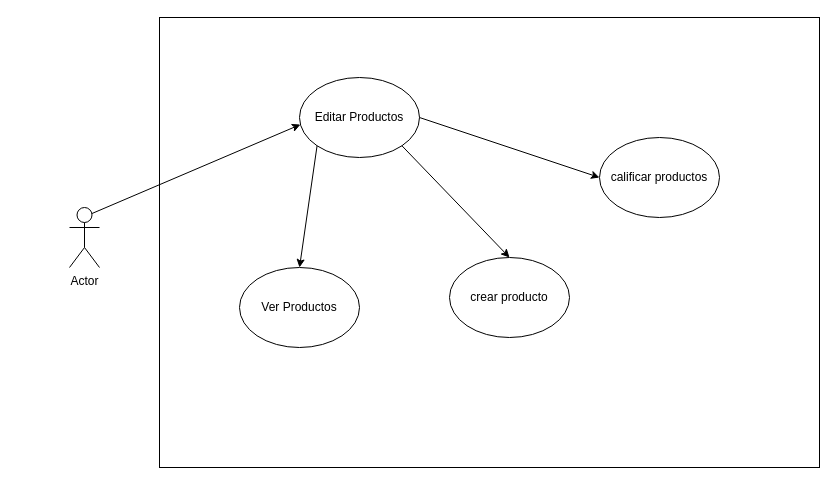
Above: Untitled Diagram.drawio in dahergonzalez/misiontic (draw.io), before the change. Source tidied: cells renumbered, new cells numbered last; positions are measured from the earlier drawing's top-left corner, leaving out a move shared by most shapes. Both pictures are drawn from the tidied source at 100%, with x=0, y=0 at pixel (69, 17).
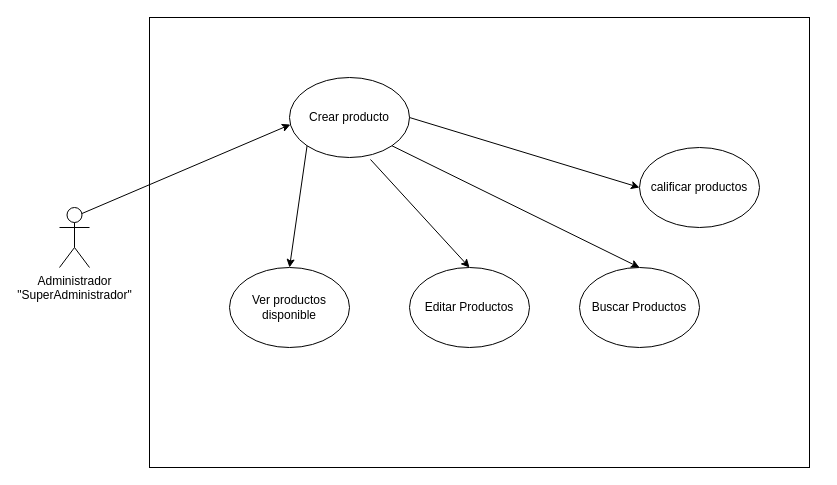
The same page after the edit.

Diff of the diagram source:
```diff
@@
 <mxGraphModel>
   <root>
     <mxCell id="0" />
     <mxCell id="1" parent="0" />
-    <mxCell id="2" value="Actor" style="shape=umlActor;verticalLabelPosition=bottom;verticalAlign=top;html=1;outlineConnect=0;" parent="1" vertex="1">
-      <mxGeometry y="190" width="30" height="60" as="geometry" />
-    </mxCell>
-    <mxCell id="3" style="rounded=0;whiteSpace=wrap;html=1;" parent="1" vertex="1">
-      <mxGeometry x="90" width="660" height="450" as="geometry" />
-    </mxCell>
+    <mxCell id="12" value="Administrador&lt;br&gt;&quot;SuperAdministrador&quot;" style="shape=umlActor;verticalLabelPosition=bottom;verticalAlign=top;html=1;outlineConnect=0;" parent="1" vertex="1">
+      <mxGeometry x="-10" y="190" width="30" height="60" as="geometry" />
+    </mxCell>
+    <mxCell id="13" style="rounded=0;whiteSpace=wrap;html=1;" parent="1" vertex="1">
+      <mxGeometry x="80" width="660" height="450" as="geometry" />
+    </mxCell>
+    <mxCell id="14" value="Crear producto" style="ellipse;whiteSpace=wrap;html=1;" parent="1" vertex="1">
+      <mxGeometry x="220" y="60" width="120" height="80" as="geometry" />
+    </mxCell>
+    <mxCell id="15" value="Ver productos disponible" style="ellipse;whiteSpace=wrap;html=1;" parent="1" vertex="1">
+      <mxGeometry x="160" y="250" width="120" height="80" as="geometry" />
+    </mxCell>
-    <mxCell id="4" value="Editar Productos&lt;br&gt;" style="ellipse;whiteSpace=wrap;html=1;" parent="1" vertex="1">
-      <mxGeometry x="230" y="60" width="120" height="80" as="geometry" />
+    <mxCell id="4" value="Editar Productos" style="ellipse;whiteSpace=wrap;html=1;" parent="1" vertex="1">
+      <mxGeometry x="340" y="250" width="120" height="80" as="geometry" />
     </mxCell>
-    <mxCell id="5" value="Ver Productos" style="ellipse;whiteSpace=wrap;html=1;" parent="1" vertex="1">
-      <mxGeometry x="170" y="250" width="120" height="80" as="geometry" />
-    </mxCell>
-    <mxCell id="6" value="crear producto" style="ellipse;whiteSpace=wrap;html=1;" parent="1" vertex="1">
-      <mxGeometry x="380" y="240" width="120" height="80" as="geometry" />
-    </mxCell>
+    <mxCell id="16" value="Buscar Productos" style="ellipse;whiteSpace=wrap;html=1;" parent="1" vertex="1">
+      <mxGeometry x="510" y="250" width="120" height="80" as="geometry" />
+    </mxCell>
     <mxCell id="7" value="calificar productos" style="ellipse;whiteSpace=wrap;html=1;" parent="1" vertex="1">
-      <mxGeometry x="530" y="120" width="120" height="80" as="geometry" />
+      <mxGeometry x="570" y="130" width="120" height="80" as="geometry" />
     </mxCell>
-    <mxCell id="8" style="endArrow=classic;html=1;exitX=1;exitY=1;exitDx=0;exitDy=0;entryX=0.5;entryY=0;entryDx=0;entryDy=0;" parent="1" edge="1" source="4" target="6">
-      <mxGeometry relative="1" as="geometry" />
-    </mxCell>
-    <mxCell id="9" style="endArrow=classic;html=1;exitX=1;exitY=0.5;exitDx=0;exitDy=0;entryX=0;entryY=0.5;entryDx=0;entryDy=0;" parent="1" edge="1" source="4" target="7">
-      <mxGeometry relative="1" as="geometry" />
-    </mxCell>
-    <mxCell id="10" style="endArrow=classic;html=1;exitX=0;exitY=1;exitDx=0;exitDy=0;" parent="1" edge="1" source="4">
-      <mxGeometry relative="1" as="geometry">
-        <mxPoint x="230" y="250" as="targetPoint" />
-      </mxGeometry>
-    </mxCell>
-    <mxCell id="11" style="endArrow=classic;html=1;exitX=0.75;exitY=0.1;exitDx=0;exitDy=0;exitPerimeter=0;entryX=0.008;entryY=0.588;entryDx=0;entryDy=0;entryPerimeter=0;" parent="1" edge="1" source="2" target="4">
-      <mxGeometry relative="1" as="geometry" />
-    </mxCell>
+    <mxCell id="17" style="endArrow=classic;html=1;exitX=1;exitY=1;exitDx=0;exitDy=0;entryX=0.5;entryY=0;entryDx=0;entryDy=0;" parent="1" edge="1" source="14" target="16">
+      <mxGeometry relative="1" as="geometry" />
+    </mxCell>
+    <mxCell id="18" style="endArrow=classic;html=1;exitX=1;exitY=0.5;exitDx=0;exitDy=0;entryX=0;entryY=0.5;entryDx=0;entryDy=0;" parent="1" edge="1" source="14" target="7">
+      <mxGeometry relative="1" as="geometry" />
+    </mxCell>
+    <mxCell id="19" style="endArrow=classic;html=1;exitX=0.675;exitY=1.025;exitDx=0;exitDy=0;exitPerimeter=0;entryX=0.5;entryY=0;entryDx=0;entryDy=0;" parent="1" edge="1" source="14" target="4">
+      <mxGeometry relative="1" as="geometry" />
+    </mxCell>
+    <mxCell id="20" style="endArrow=classic;html=1;exitX=0;exitY=1;exitDx=0;exitDy=0;" parent="1" edge="1" source="14">
+      <mxGeometry relative="1" as="geometry">
+        <mxPoint x="220" y="250" as="targetPoint" />
+      </mxGeometry>
+    </mxCell>
+    <mxCell id="21" style="endArrow=classic;html=1;exitX=0.75;exitY=0.1;exitDx=0;exitDy=0;exitPerimeter=0;entryX=0.008;entryY=0.588;entryDx=0;entryDy=0;entryPerimeter=0;" parent="1" edge="1" source="12" target="14">
+      <mxGeometry relative="1" as="geometry" />
+    </mxCell>
   </root>
 </mxGraphModel>
```
